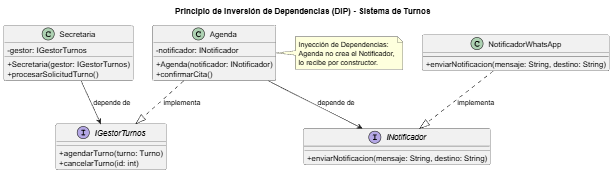
angelgc9107-lgtm/SistemaTurnosMedicos_GP6 keeps this PlantUML diagram as diagramas/01-diagrama-clases/01-solid-05-dip.png. Above is the earlier version. Its source is kept beside it as diagramas/01-diagrama-clases/01-solid-05-dip.puml. The source it was exported from:
```plantuml
@startuml 01-solid-05-dip

skinparam classAttributeIconSize 0
title Principio de Inversión de Dependencias (DIP) - Sistema de Turnos

interface IGestorTurnos {
    + agendarTurno(turno: Turno)
    + cancelarTurno(id: int)
}

interface INotificador {
    + enviarNotificacion(mensaje: String, destino: String)
}

class Secretaria {
    - gestor: IGestorTurnos
    + Secretaria(gestor: IGestorTurnos)
    + procesarSolicitudTurno()
}

class Agenda {
    - notificador: INotificador
    + Agenda(notificador: INotificador)
    + confirmarCita()
}

class NotificadorWhatsApp {
    + enviarNotificacion(mensaje: String, destino: String)
}

Secretaria --> IGestorTurnos : "depende de"
Agenda ..|> IGestorTurnos : "implementa"
Agenda --> INotificador : "depende de"
NotificadorWhatsApp ..|> INotificador : "implementa"

note right of Agenda
  Inyección de Dependencias:
  Agenda no crea el Notificador,
  lo recibe por constructor.
end note

@enduml
```
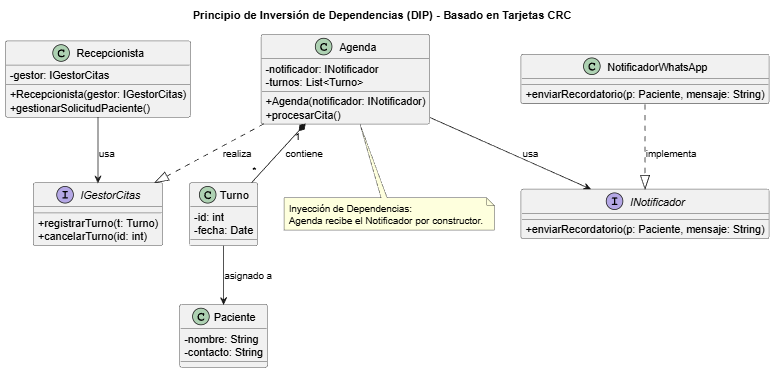
Above is the later version.

Commit message:
Actualización de archivos 01-solid-05-dip.png, 01-solid-05-dip-puml y 05-dip.md

What changed in the source:
```diff
@@ -1,42 +1,55 @@
 @startuml 01-solid-05-dip
 
 skinparam classAttributeIconSize 0
-title Principio de Inversión de Dependencias (DIP) - Sistema de Turnos
+title Principio de Inversión de Dependencias (DIP) - Basado en Tarjetas CRC
 
-interface IGestorTurnos {
-    + agendarTurno(turno: Turno)
+interface IGestorCitas {
+    + registrarTurno(t: Turno)
     + cancelarTurno(id: int)
 }
 
 interface INotificador {
-    + enviarNotificacion(mensaje: String, destino: String)
+    + enviarRecordatorio(p: Paciente, mensaje: String)
 }
 
-class Secretaria {
-    - gestor: IGestorTurnos
-    + Secretaria(gestor: IGestorTurnos)
-    + procesarSolicitudTurno()
+
+class Recepcionista {
+    - gestor: IGestorCitas
+    + Recepcionista(gestor: IGestorCitas)
+    + gestionarSolicitudPaciente()
 }
 
 class Agenda {
     - notificador: INotificador
+    - turnos: List<Turno>
     + Agenda(notificador: INotificador)
-    + confirmarCita()
+    + procesarCita()
+}
+
+class Turno {
+    - id: int
+    - fecha: Date
+}
+
+class Paciente {
+    - nombre: String
+    - contacto: String
 }
 
 class NotificadorWhatsApp {
-    + enviarNotificacion(mensaje: String, destino: String)
+    + enviarRecordatorio(p: Paciente, mensaje: String)
 }
 
-Secretaria --> IGestorTurnos : "depende de"
-Agenda ..|> IGestorTurnos : "implementa"
-Agenda --> INotificador : "depende de"
+Recepcionista --> IGestorCitas : "usa"
+Agenda ..|> IGestorCitas : "realiza"
+Agenda --> INotificador : "usa"
+Agenda "1" *-- "*" Turno : "contiene"
 NotificadorWhatsApp ..|> INotificador : "implementa"
+Turno --> Paciente : "asignado a"
 
-note right of Agenda
+note bottom of Agenda
   Inyección de Dependencias:
-  Agenda no crea el Notificador,
-  lo recibe por constructor.
+  Agenda recibe el Notificador por constructor.
 end note
 
 @enduml
```
